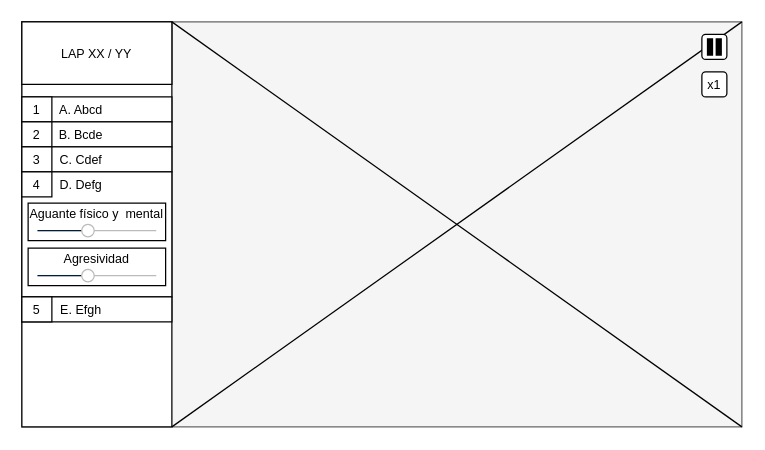
This is page "Página-3" (4 of 4) of diagramas/grafo-sistema.drawio from amt911/TFG-Documento, a draw.io file, before an edit. Source tidied: cells renumbered, new cells numbered last; positions are measured from the earlier drawing's top-left corner, leaving out a move shared by most shapes. Both pictures are drawn from the tidied source at 125%, with x=0, y=0 at pixel (21, 21).
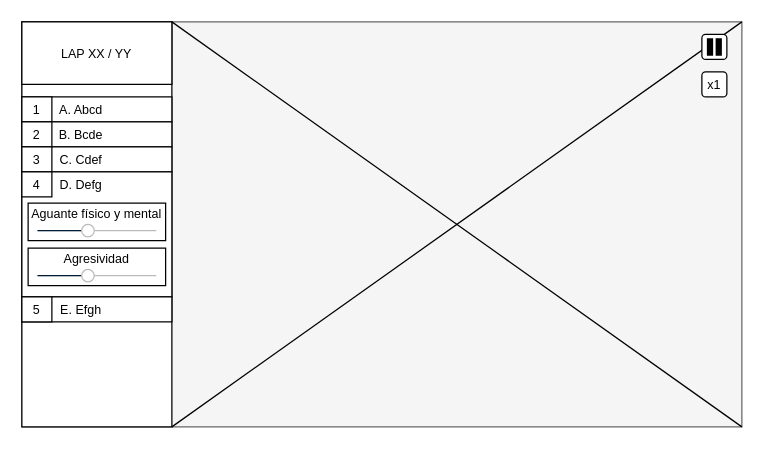
The same diagram, later.

The edit, as a diff of the source:
```diff
@@
-    <mxCell id="15" value="Aguante físico y&amp;nbsp; mental" style="rounded=0;whiteSpace=wrap;html=1;fontSize=10;verticalAlign=top;spacingTop=-4;" parent="1" vertex="1">
+    <mxCell id="15" value="Aguante físico y mental" style="rounded=0;whiteSpace=wrap;html=1;fontSize=10;verticalAlign=top;spacingTop=-4;" parent="1" vertex="1">
       <mxGeometry x="5" y="145" width="110" height="30" as="geometry" />
     </mxCell>
```
